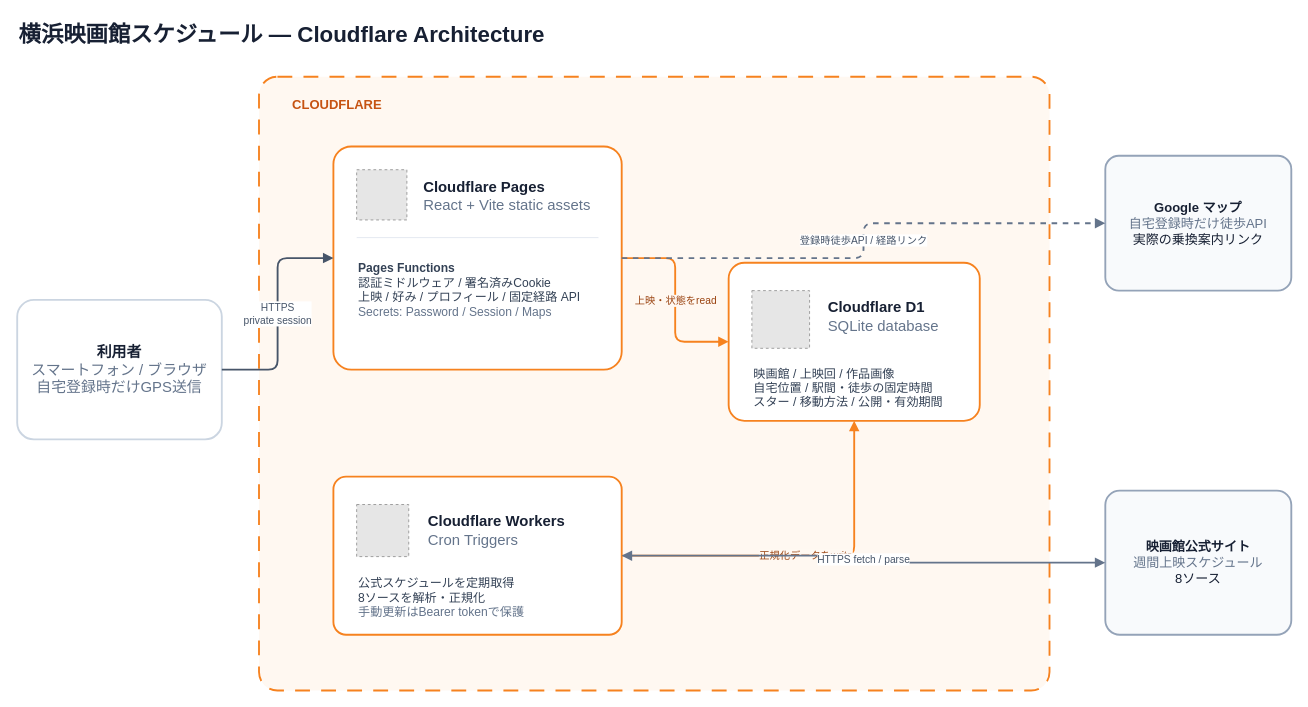
Earlier version of the draw.io diagram docs/architecture/cloudflare-architecture.drawio (daylight55/yokohama-cinema-schedule). Source tidied: cells renumbered, new cells numbered last; positions are measured from the earlier drawing's top-left corner, leaving out a move shared by most shapes. Both pictures are drawn from the tidied source at 93%, with x=0, y=0 at pixel (17, 16). Pictures stored in the file or linked from it are replaced by grey dashed boxes.
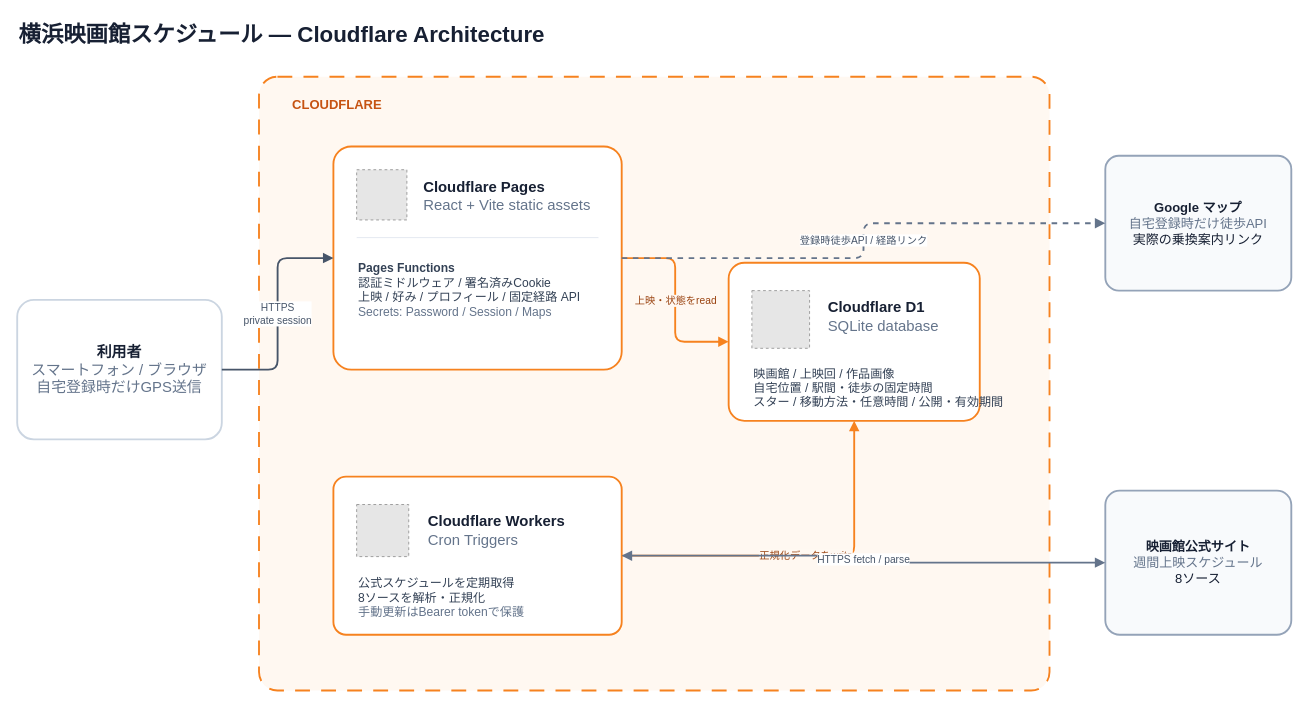
The same page after the edit.

What changed in the source:
```diff
@@
-    <mxCell id="14" value="映画館 / 上映回 / 作品画像&lt;br&gt;自宅位置 / 駅間・徒歩の固定時間&lt;br&gt;スター / 移動方法 / 公開・有効期間" style="text;html=1;strokeColor=none;fillColor=none;align=left;verticalAlign=top;fontSize=13;fontColor=#334155;" parent="1" vertex="1">
+    <mxCell id="14" value="映画館 / 上映回 / 作品画像&lt;br&gt;自宅位置 / 駅間・徒歩の固定時間&lt;br&gt;スター / 移動方法・任意時間 / 公開・有効期間" style="text;html=1;strokeColor=none;fillColor=none;align=left;verticalAlign=top;fontSize=13;fontColor=#334155;" parent="1" vertex="1">
       <mxGeometry x="790" y="370" width="220" height="60" as="geometry" />
     </mxCell>
```
